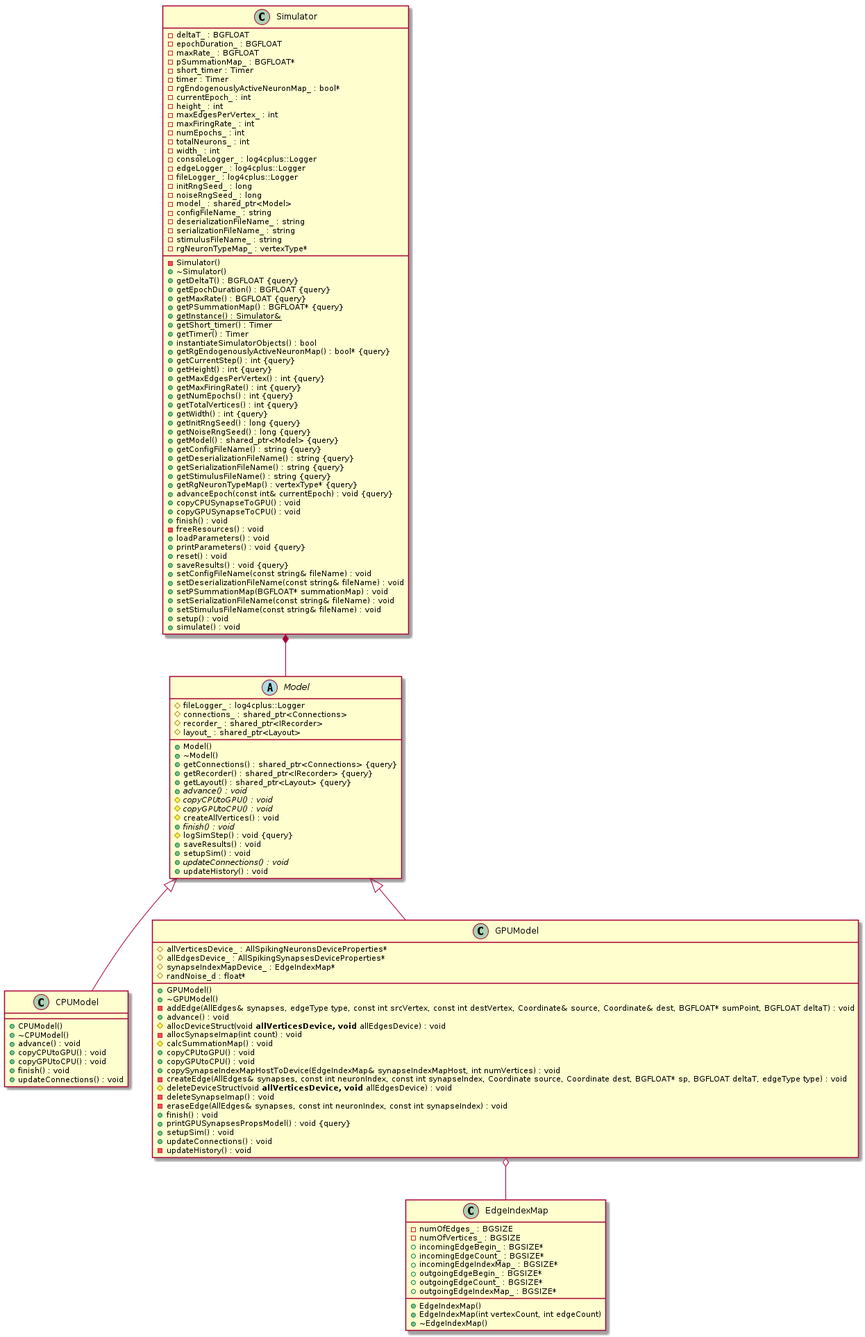
This is docs/Developer/ClassDiagrams/diagrams/GraphittiCoreClassDiagram.png from UWB-Biocomputing/Graphitti, a PlantUML export, as it was before one commit.
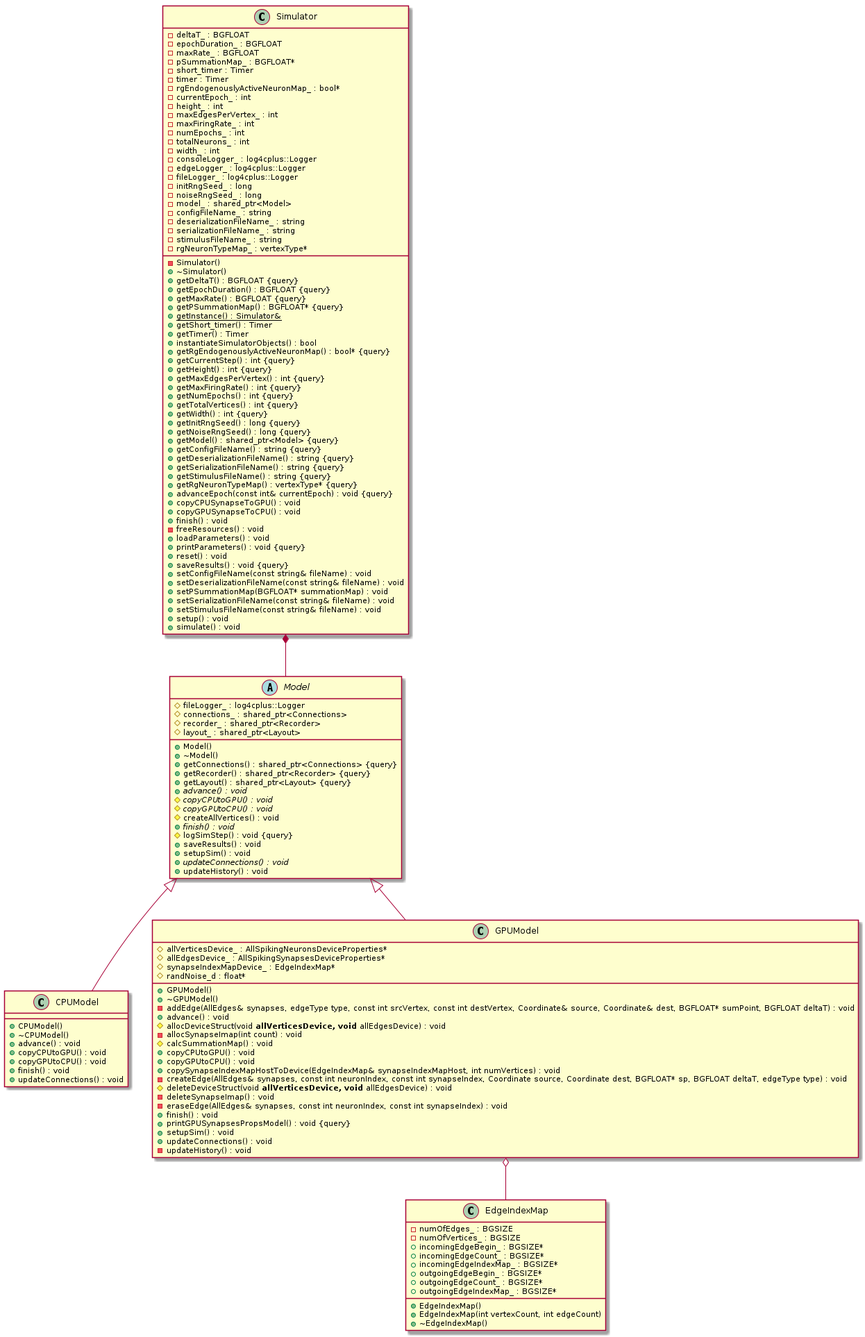
After the commit.

What changed in the source:
```diff
@@ -49,8 +49,8 @@
 	#fileLogger_ : log4cplus::Logger
 	#connections_ : shared_ptr<Connections>
 	+getConnections() : shared_ptr<Connections> {query}
-	+getRecorder() : shared_ptr<IRecorder> {query}
-	#recorder_ : shared_ptr<IRecorder>
+	+getRecorder() : shared_ptr<Recorder> {query}
+	#recorder_ : shared_ptr<Recorder>
 	+getLayout() : shared_ptr<Layout> {query}
 	#layout_ : shared_ptr<Layout>
 	+{abstract} advance() : void
```
